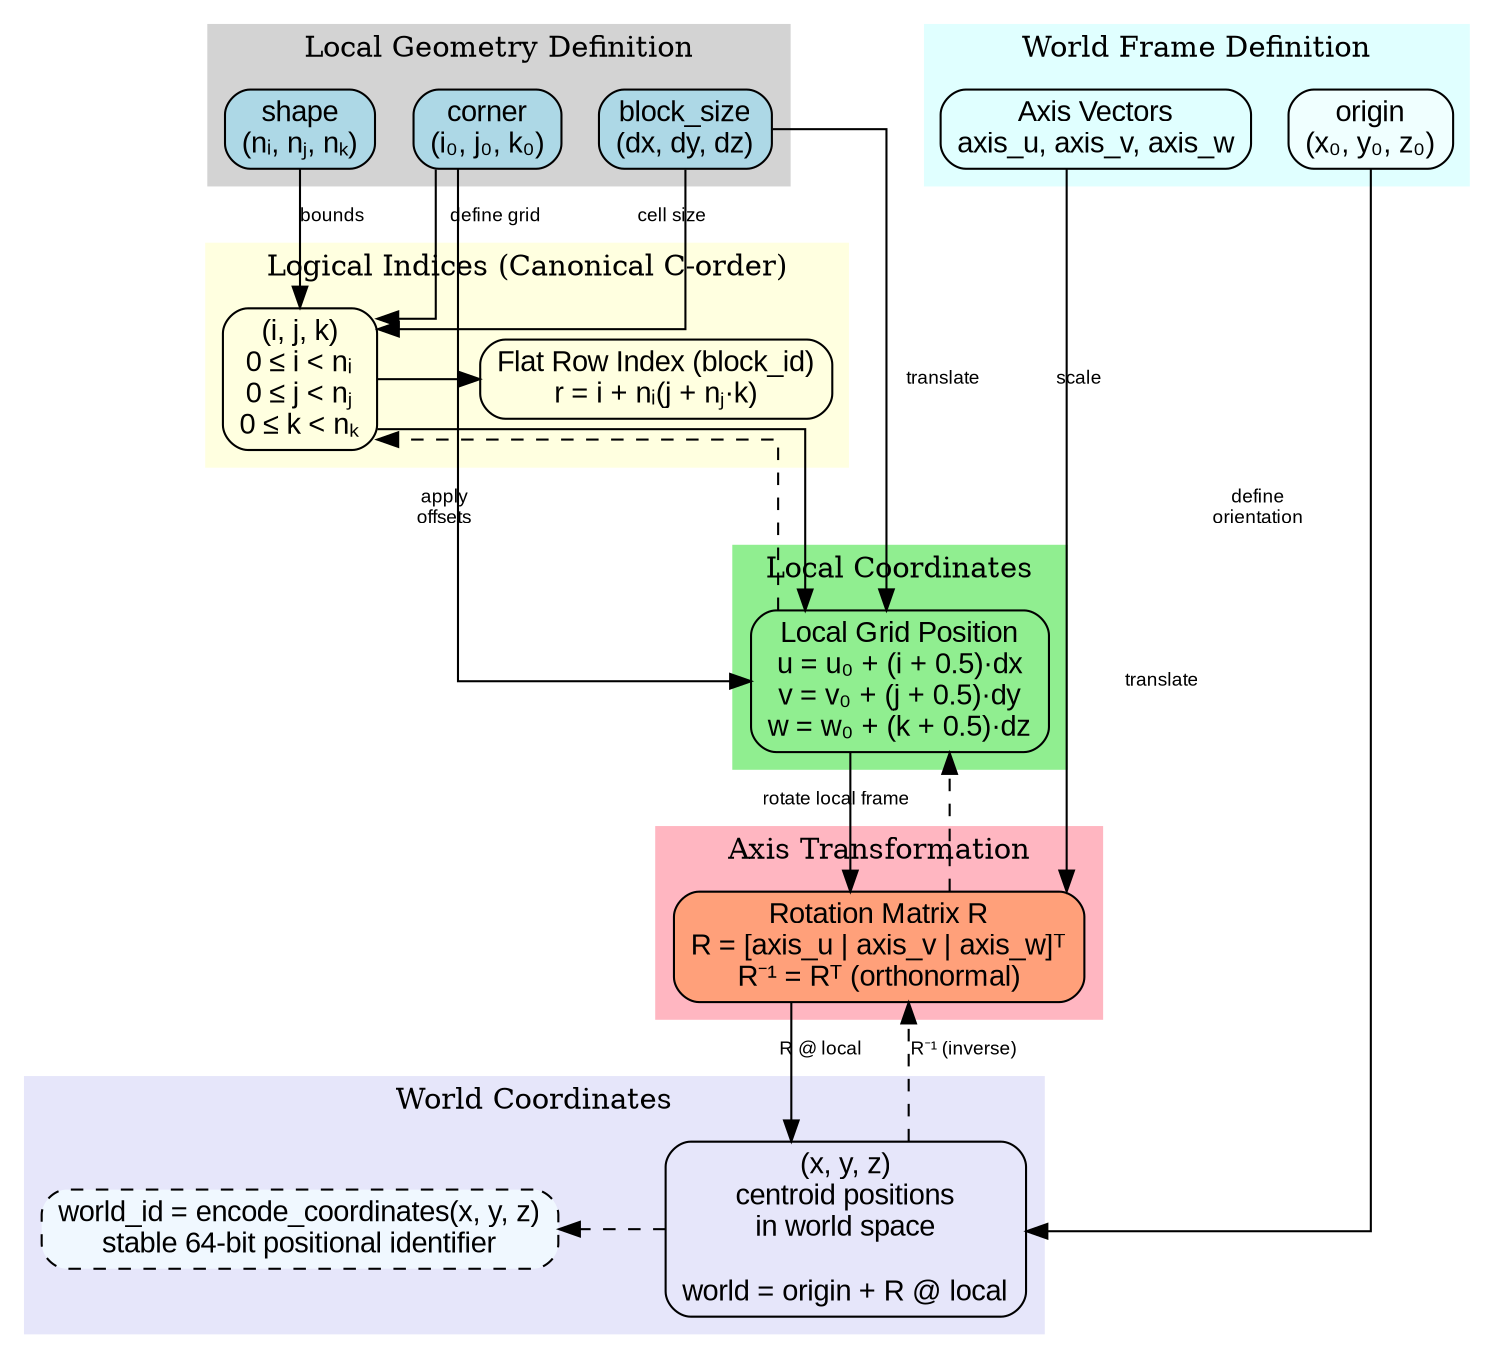
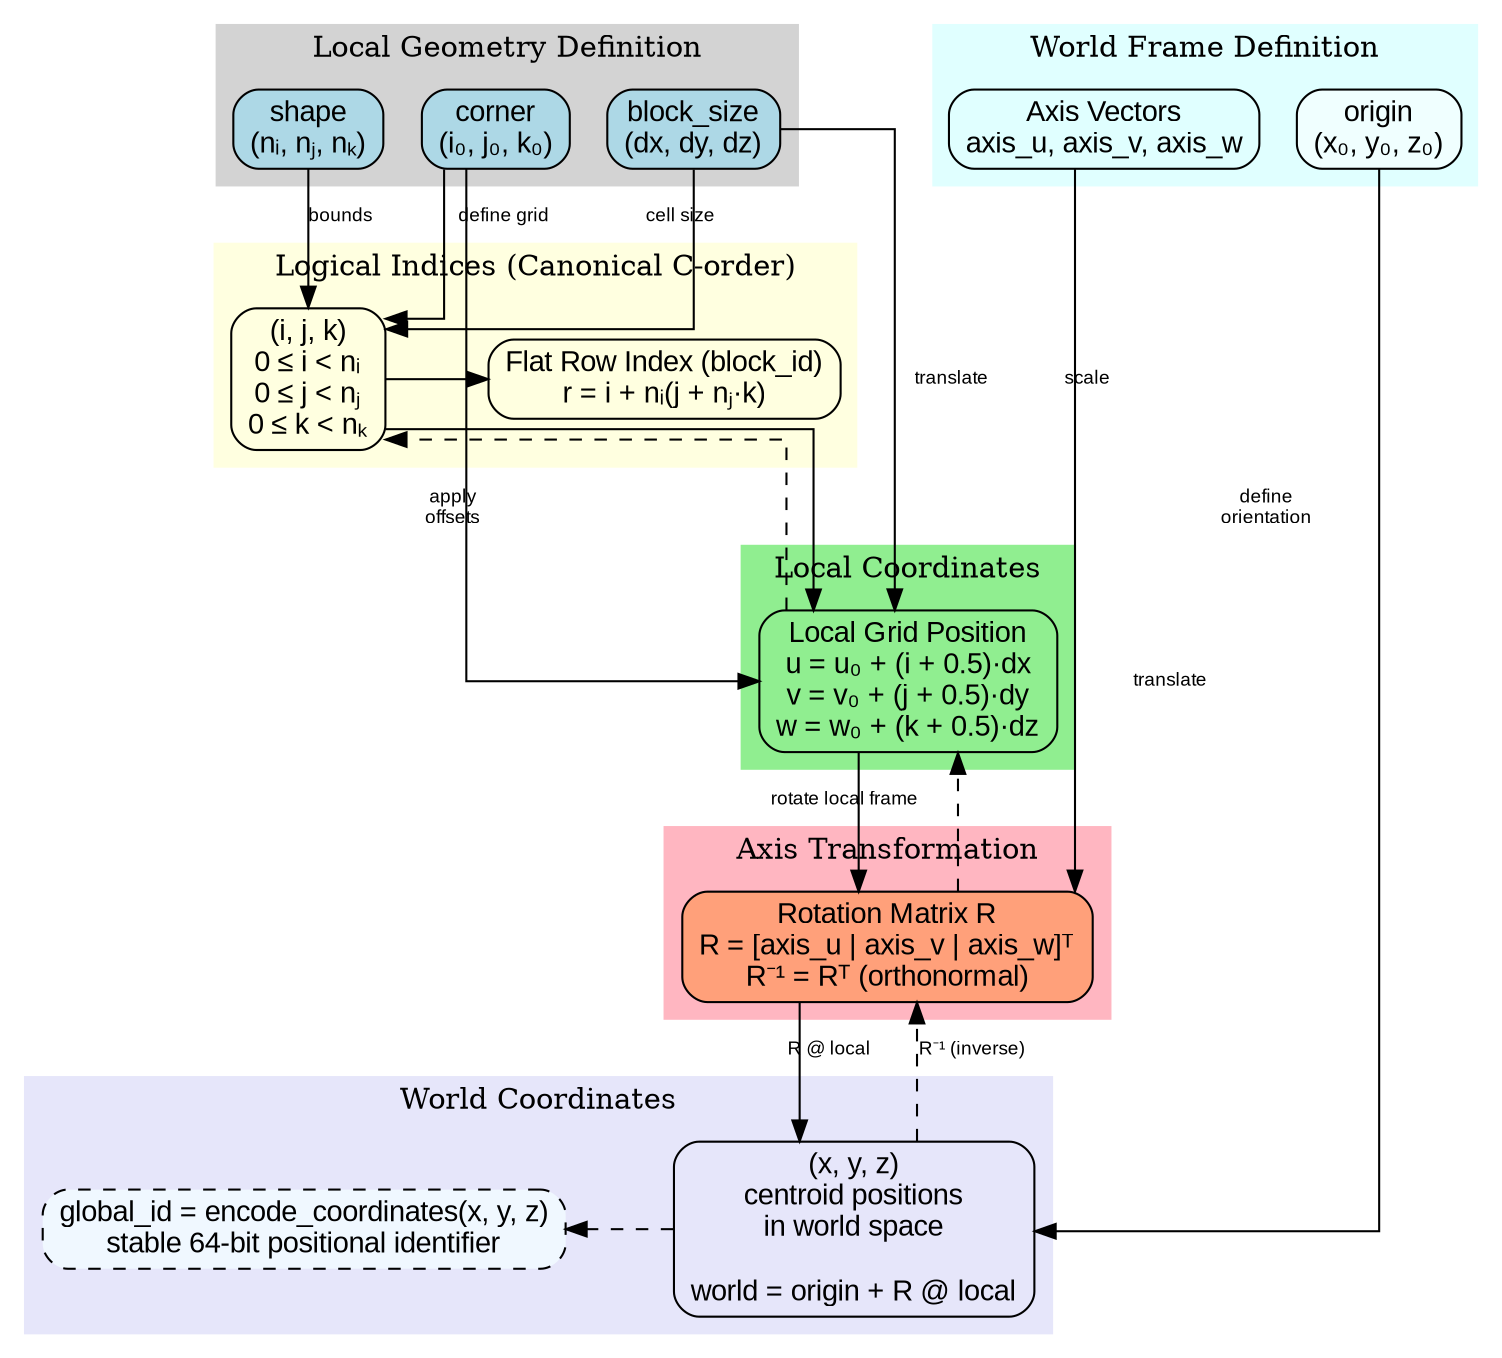
digraph G {
    rankdir=TD;
    newrank=true;
    splines=ortho;
    node [shape=box, style=rounded, fontname=Arial];
    edge [fontname=Arial, fontsize=9];
    // Input layer
    subgraph cluster_input {
        label="Local Geometry Definition";
        style=filled;
        color=lightgrey;
        corner [label="corner
(i₀, j₀, k₀)", style="rounded,filled", fillcolor=lightblue];
        blocksize [label="block_size
(dx, dy, dz)", style="rounded,filled", fillcolor=lightblue];
        shape [label="shape
(nᵢ, nⱼ, nₖ)", style="rounded,filled", fillcolor=lightblue];
    }
    // Logical indices layer
    subgraph cluster_logical {
        label="Logical Indices (Canonical C-order)";
        style=filled;
        color=lightyellow;
        ijk [label="(i, j, k)
0 ≤ i < nᵢ
0 ≤ j < nⱼ
0 ≤ k < nₖ", style="rounded,filled", fillcolor=lightyellow];
        rowindex [label="Flat Row Index (block_id)
r = i + nᵢ(j + nⱼ·k)", style="rounded,filled", fillcolor=lightyellow];
    }
    // Local coordinate layer
    subgraph cluster_local {
        label="Local Coordinates";
        style=filled;
        color=lightgreen;
        local [label="Local Grid Position
u = u₀ + (i + 0.5)·dx
v = v₀ + (j + 0.5)·dy
w = w₀ + (k + 0.5)·dz", style="rounded,filled", fillcolor=lightgreen];
    }
    // World frame definition layer
    subgraph cluster_worldframe {
        label="World Frame Definition";
        style=filled;
        color=lightcyan;
        origin [label="origin
(x₀, y₀, z₀)", style="rounded,filled", fillcolor=azure];
        axes [label="Axis Vectors
axis_u, axis_v, axis_w", style="rounded,filled", fillcolor=lightcyan];
    }
    // Transformation layer
    subgraph cluster_transform {
        label="Axis Transformation";
        style=filled;
        color=lightpink;
        rotation [label="Rotation Matrix R
R = [axis_u | axis_v | axis_w]ᵀ
R⁻¹ = Rᵀ (orthonormal)", style="rounded,filled", fillcolor=lightsalmon];
    }
    // World coordinates layer
    subgraph cluster_world {
        label="World Coordinates";
        style=filled;
        color=lavender;
        world [label="(x, y, z)\ncentroid positions\nin world space\n\nworld = origin + R @ local", style="rounded,filled", fillcolor=lavender];
-         world_id [label="world_id = encode_coordinates(x, y, z)\nstable 64-bit positional identifier", style="rounded,dashed,filled", fillcolor=aliceblue];
+         global_id [label="global_id = encode_coordinates(x, y, z)\nstable 64-bit positional identifier", style="rounded,dashed,filled", fillcolor=aliceblue];
    }
    // Edges - Input to Logical
    corner -> ijk [label="define grid"];
    blocksize -> ijk [label="cell size"];
    shape -> ijk [label="bounds"];
    ijk -> rowindex [label="flatten
C-order"];
    // Edges - Logical to Local
    ijk -> local [label="apply
offsets"];
    blocksize -> local [label="scale"];
    corner -> local [label="translate"];
    // Edges - Local to World
    local -> rotation [label="rotate local frame"];
    axes -> rotation [label="define
orientation", constraint=false];
    origin -> world [label="translate", constraint=false];
    rotation -> world [label="R @ local"];
-     world -> world_id [style=dashed, label="optional", constraint=false];
+     world -> global_id [style=dashed, label="optional", constraint=false];
    // Inverse transformations (dashed)
    world -> rotation [style=dashed, label="R⁻¹ (inverse)"];
    rotation -> local [style=dashed];
    local -> ijk [style=dashed];

    // Layout helpers – keep world frame left of transform
    {rank=same; corner; blocksize; shape}
    {rank=same; ijk; rowindex}
    {rank=same; local}
    {rank=same; origin; axes}
-     {rank=same; world; world_id}
+     {rank=same; world; global_id}
}
